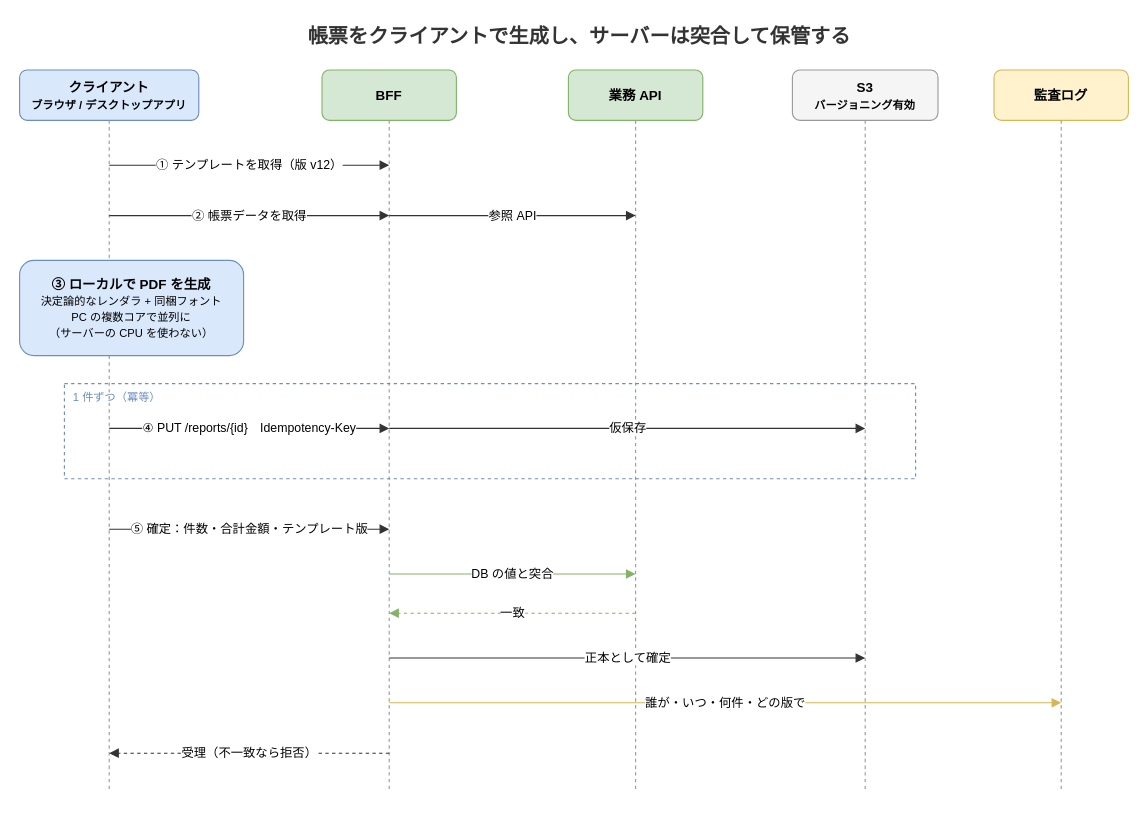
hdknr/blogs keeps this draw.io diagram as static/images/distributed-spa-client-report.drawio. Above is the earlier version. Source tidied: cells renumbered, new cells numbered last; positions are measured from the earlier drawing's top-left corner, leaving out a move shared by most shapes. Both pictures are drawn from the tidied source at 112%, with x=0, y=0 at pixel (19, 19).
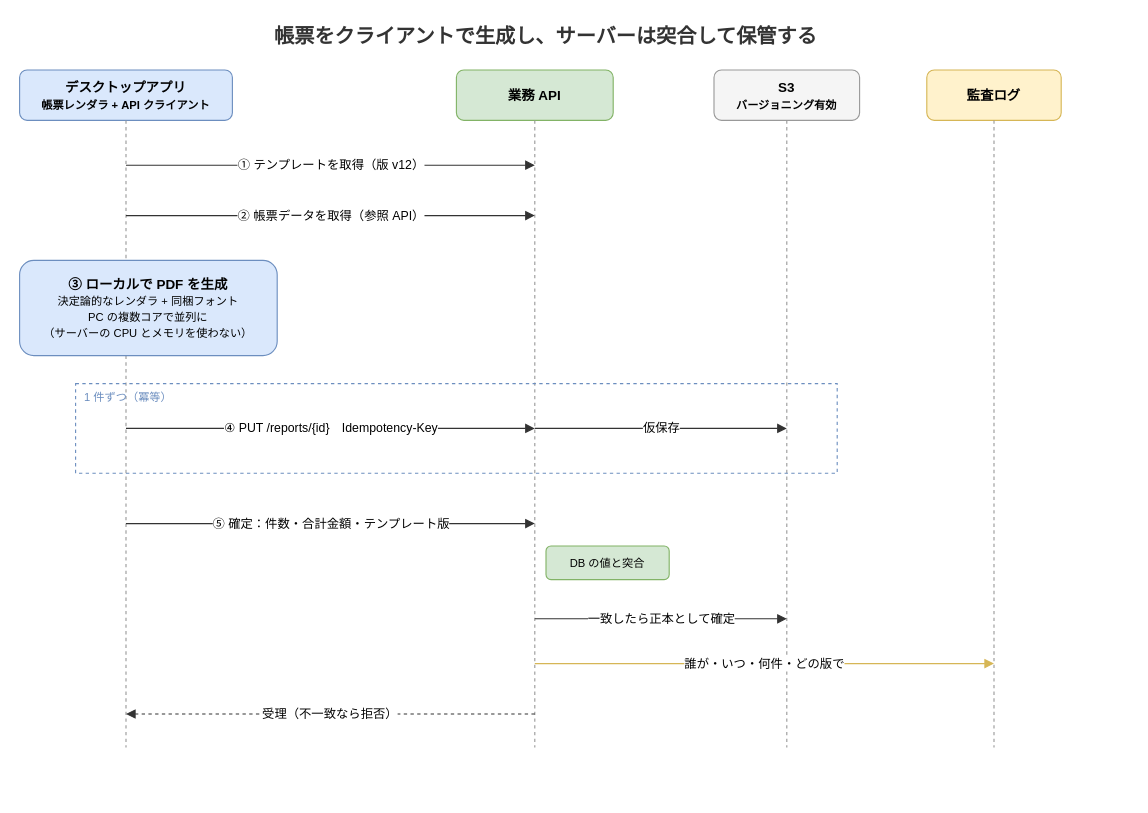
The same page after the edit.

What changed in the source:
```diff
@@
     <mxCell id="2" value="帳票をクライアントで生成し、サーバーは突合して保管する" style="text;html=1;fontSize=18;fontStyle=1;align=center;verticalAlign=middle;whiteSpace=wrap;fontColor=#333333;" parent="1" vertex="1">
-      <mxGeometry x="150" width="700" height="30" as="geometry" />
+      <mxGeometry x="120" width="700" height="30" as="geometry" />
     </mxCell>
-    <mxCell id="3" value="クライアント&lt;br&gt;&lt;font style=&quot;font-size:10px&quot;&gt;ブラウザ / デスクトップアプリ&lt;/font&gt;" style="rounded=1;whiteSpace=wrap;html=1;fillColor=#dae8fc;strokeColor=#6c8ebf;fontSize=12;fontStyle=1;" parent="1" vertex="1">
-      <mxGeometry y="45" width="160" height="45" as="geometry" />
+    <mxCell id="3" value="デスクトップアプリ&lt;br&gt;&lt;font style=&quot;font-size:10px&quot;&gt;帳票レンダラ + API クライアント&lt;/font&gt;" style="rounded=1;whiteSpace=wrap;html=1;fillColor=#dae8fc;strokeColor=#6c8ebf;fontSize=12;fontStyle=1;" parent="1" vertex="1">
+      <mxGeometry y="45" width="190" height="45" as="geometry" />
     </mxCell>
-    <mxCell id="4" value="BFF" style="rounded=1;whiteSpace=wrap;html=1;fillColor=#d5e8d4;strokeColor=#82b366;fontSize=12;fontStyle=1;" parent="1" vertex="1">
-      <mxGeometry x="270" y="45" width="120" height="45" as="geometry" />
-    </mxCell>
     <mxCell id="5" value="業務 API" style="rounded=1;whiteSpace=wrap;html=1;fillColor=#d5e8d4;strokeColor=#82b366;fontSize=12;fontStyle=1;" parent="1" vertex="1">
-      <mxGeometry x="490" y="45" width="120" height="45" as="geometry" />
+      <mxGeometry x="390" y="45" width="140" height="45" as="geometry" />
     </mxCell>
     <mxCell id="6" value="S3&lt;br&gt;&lt;font style=&quot;font-size:10px&quot;&gt;バージョニング有効&lt;/font&gt;" style="rounded=1;whiteSpace=wrap;html=1;fillColor=#f5f5f5;strokeColor=#999999;fontSize=12;fontStyle=1;" parent="1" vertex="1">
-      <mxGeometry x="690" y="45" width="130" height="45" as="geometry" />
+      <mxGeometry x="620" y="45" width="130" height="45" as="geometry" />
     </mxCell>
     <mxCell id="7" value="監査ログ" style="rounded=1;whiteSpace=wrap;html=1;fillColor=#fff2cc;strokeColor=#d6b656;fontSize=12;fontStyle=1;" parent="1" vertex="1">
-      <mxGeometry x="870" y="45" width="120" height="45" as="geometry" />
+      <mxGeometry x="810" y="45" width="120" height="45" as="geometry" />
     </mxCell>
     <mxCell id="8" style="endArrow=none;dashed=1;html=1;strokeColor=#999999;" parent="1" edge="1">
       <mxGeometry relative="1" as="geometry">
-        <mxPoint x="80" y="90" as="sourcePoint" />
-        <mxPoint x="80" y="690" as="targetPoint" />
+        <mxPoint x="95" y="90" as="sourcePoint" />
+        <mxPoint x="95" y="650" as="targetPoint" />
       </mxGeometry>
     </mxCell>
-    <mxCell id="9" style="endArrow=none;dashed=1;html=1;strokeColor=#999999;" parent="1" edge="1">
-      <mxGeometry relative="1" as="geometry">
-        <mxPoint x="330" y="90" as="sourcePoint" />
-        <mxPoint x="330" y="690" as="targetPoint" />
-      </mxGeometry>
-    </mxCell>
     <mxCell id="10" style="endArrow=none;dashed=1;html=1;strokeColor=#999999;" parent="1" edge="1">
       <mxGeometry relative="1" as="geometry">
-        <mxPoint x="550" y="90" as="sourcePoint" />
-        <mxPoint x="550" y="690" as="targetPoint" />
+        <mxPoint x="460" y="90" as="sourcePoint" />
+        <mxPoint x="460" y="650" as="targetPoint" />
       </mxGeometry>
     </mxCell>
     <mxCell id="11" style="endArrow=none;dashed=1;html=1;strokeColor=#999999;" parent="1" edge="1">
       <mxGeometry relative="1" as="geometry">
-        <mxPoint x="755" y="90" as="sourcePoint" />
-        <mxPoint x="755" y="690" as="targetPoint" />
+        <mxPoint x="685" y="90" as="sourcePoint" />
+        <mxPoint x="685" y="650" as="targetPoint" />
       </mxGeometry>
     </mxCell>
     <mxCell id="12" style="endArrow=none;dashed=1;html=1;strokeColor=#999999;" parent="1" edge="1">
       <mxGeometry relative="1" as="geometry">
-        <mxPoint x="930" y="90" as="sourcePoint" />
-        <mxPoint x="930" y="690" as="targetPoint" />
+        <mxPoint x="870" y="90" as="sourcePoint" />
+        <mxPoint x="870" y="650" as="targetPoint" />
       </mxGeometry>
     </mxCell>
     <mxCell id="13" value="① テンプレートを取得（版 v12）" style="html=1;endArrow=block;strokeColor=#333333;fontSize=11;labelBackgroundColor=#ffffff;" parent="1" edge="1">
       <mxGeometry relative="1" as="geometry">
-        <mxPoint x="80" y="130" as="sourcePoint" />
-        <mxPoint x="330" y="130" as="targetPoint" />
+        <mxPoint x="95" y="130" as="sourcePoint" />
+        <mxPoint x="460" y="130" as="targetPoint" />
       </mxGeometry>
     </mxCell>
-    <mxCell id="14" value="② 帳票データを取得" style="html=1;endArrow=block;strokeColor=#333333;fontSize=11;labelBackgroundColor=#ffffff;" parent="1" edge="1">
+    <mxCell id="14" value="② 帳票データを取得（参照 API）" style="html=1;endArrow=block;strokeColor=#333333;fontSize=11;labelBackgroundColor=#ffffff;" parent="1" edge="1">
       <mxGeometry relative="1" as="geometry">
-        <mxPoint x="80" y="175" as="sourcePoint" />
-        <mxPoint x="330" y="175" as="targetPoint" />
+        <mxPoint x="95" y="175" as="sourcePoint" />
+        <mxPoint x="460" y="175" as="targetPoint" />
       </mxGeometry>
     </mxCell>
-    <mxCell id="15" value="参照 API" style="html=1;endArrow=block;strokeColor=#333333;fontSize=11;labelBackgroundColor=#ffffff;" parent="1" edge="1">
-      <mxGeometry relative="1" as="geometry">
-        <mxPoint x="330" y="175" as="sourcePoint" />
-        <mxPoint x="550" y="175" as="targetPoint" />
-      </mxGeometry>
-    </mxCell>
-    <mxCell id="16" value="&lt;b&gt;③ ローカルで PDF を生成&lt;/b&gt;&lt;br&gt;&lt;font style=&quot;font-size:10px&quot;&gt;決定論的なレンダラ + 同梱フォント&lt;br&gt;PC の複数コアで並列に&lt;br&gt;（サーバーの CPU を使わない）&lt;/font&gt;" style="rounded=1;whiteSpace=wrap;html=1;fillColor=#dae8fc;strokeColor=#6c8ebf;fontSize=12;" parent="1" vertex="1">
-      <mxGeometry y="215" width="200" height="85" as="geometry" />
+    <mxCell id="16" value="&lt;b&gt;③ ローカルで PDF を生成&lt;/b&gt;&lt;br&gt;&lt;font style=&quot;font-size:10px&quot;&gt;決定論的なレンダラ + 同梱フォント&lt;br&gt;PC の複数コアで並列に&lt;br&gt;（サーバーの CPU とメモリを使わない）&lt;/font&gt;" style="rounded=1;whiteSpace=wrap;html=1;fillColor=#dae8fc;strokeColor=#6c8ebf;fontSize=12;" parent="1" vertex="1">
+      <mxGeometry y="215" width="230" height="85" as="geometry" />
     </mxCell>
     <mxCell id="17" value="1 件ずつ（冪等）" style="rounded=0;whiteSpace=wrap;html=1;fillColor=none;strokeColor=#6c8ebf;dashed=1;fontSize=10;fontColor=#6c8ebf;align=left;verticalAlign=top;spacingLeft=6;" parent="1" vertex="1">
-      <mxGeometry x="40" y="325" width="760" height="85" as="geometry" />
+      <mxGeometry x="50" y="325" width="680" height="80" as="geometry" />
     </mxCell>
     <mxCell id="18" value="④ PUT /reports/{id}　Idempotency-Key" style="html=1;endArrow=block;strokeColor=#333333;fontSize=11;labelBackgroundColor=#ffffff;" parent="1" edge="1">
       <mxGeometry relative="1" as="geometry">
-        <mxPoint x="80" y="365" as="sourcePoint" />
-        <mxPoint x="330" y="365" as="targetPoint" />
+        <mxPoint x="95" y="365" as="sourcePoint" />
+        <mxPoint x="460" y="365" as="targetPoint" />
       </mxGeometry>
     </mxCell>
     <mxCell id="19" value="仮保存" style="html=1;endArrow=block;strokeColor=#333333;fontSize=11;labelBackgroundColor=#ffffff;" parent="1" edge="1">
       <mxGeometry relative="1" as="geometry">
-        <mxPoint x="330" y="365" as="sourcePoint" />
-        <mxPoint x="755" y="365" as="targetPoint" />
+        <mxPoint x="460" y="365" as="sourcePoint" />
+        <mxPoint x="685" y="365" as="targetPoint" />
       </mxGeometry>
     </mxCell>
     <mxCell id="20" value="⑤ 確定：件数・合計金額・テンプレート版" style="html=1;endArrow=block;strokeColor=#333333;fontSize=11;labelBackgroundColor=#ffffff;" parent="1" edge="1">
       <mxGeometry relative="1" as="geometry">
-        <mxPoint x="80" y="455" as="sourcePoint" />
-        <mxPoint x="330" y="455" as="targetPoint" />
+        <mxPoint x="95" y="450" as="sourcePoint" />
+        <mxPoint x="460" y="450" as="targetPoint" />
       </mxGeometry>
     </mxCell>
-    <mxCell id="21" value="DB の値と突合" style="html=1;endArrow=block;strokeColor=#82b366;fontSize=11;labelBackgroundColor=#ffffff;" parent="1" edge="1">
-      <mxGeometry relative="1" as="geometry">
-        <mxPoint x="330" y="495" as="sourcePoint" />
-        <mxPoint x="550" y="495" as="targetPoint" />
-      </mxGeometry>
+    <mxCell id="21" value="&lt;font style=&quot;font-size:10px&quot;&gt;DB の値と突合&lt;/font&gt;" style="rounded=1;whiteSpace=wrap;html=1;fillColor=#d5e8d4;strokeColor=#82b366;fontSize=10;" parent="1" vertex="1">
+      <mxGeometry x="470" y="470" width="110" height="30" as="geometry" />
     </mxCell>
-    <mxCell id="22" value="一致" style="html=1;endArrow=block;dashed=1;strokeColor=#82b366;fontSize=11;labelBackgroundColor=#ffffff;" parent="1" edge="1">
-      <mxGeometry relative="1" as="geometry">
-        <mxPoint x="550" y="530" as="sourcePoint" />
-        <mxPoint x="330" y="530" as="targetPoint" />
-      </mxGeometry>
-    </mxCell>
-    <mxCell id="23" value="正本として確定" style="html=1;endArrow=block;strokeColor=#333333;fontSize=11;labelBackgroundColor=#ffffff;" parent="1" edge="1">
+    <mxCell id="23" value="一致したら正本として確定" style="html=1;endArrow=block;strokeColor=#333333;fontSize=11;labelBackgroundColor=#ffffff;" parent="1" edge="1">
       <mxGeometry relative="1" as="geometry">
-        <mxPoint x="330" y="570" as="sourcePoint" />
-        <mxPoint x="755" y="570" as="targetPoint" />
+        <mxPoint x="460" y="535" as="sourcePoint" />
+        <mxPoint x="685" y="535" as="targetPoint" />
       </mxGeometry>
     </mxCell>
     <mxCell id="24" value="誰が・いつ・何件・どの版で" style="html=1;endArrow=block;strokeColor=#d6b656;fontSize=11;labelBackgroundColor=#ffffff;" parent="1" edge="1">
       <mxGeometry relative="1" as="geometry">
-        <mxPoint x="330" y="610" as="sourcePoint" />
-        <mxPoint x="930" y="610" as="targetPoint" />
+        <mxPoint x="460" y="575" as="sourcePoint" />
+        <mxPoint x="870" y="575" as="targetPoint" />
       </mxGeometry>
     </mxCell>
     <mxCell id="25" value="受理（不一致なら拒否）" style="html=1;endArrow=block;dashed=1;strokeColor=#333333;fontSize=11;labelBackgroundColor=#ffffff;" parent="1" edge="1">
       <mxGeometry relative="1" as="geometry">
-        <mxPoint x="330" y="655" as="sourcePoint" />
-        <mxPoint x="80" y="655" as="targetPoint" />
+        <mxPoint x="460" y="620" as="sourcePoint" />
+        <mxPoint x="95" y="620" as="targetPoint" />
       </mxGeometry>
     </mxCell>
```
